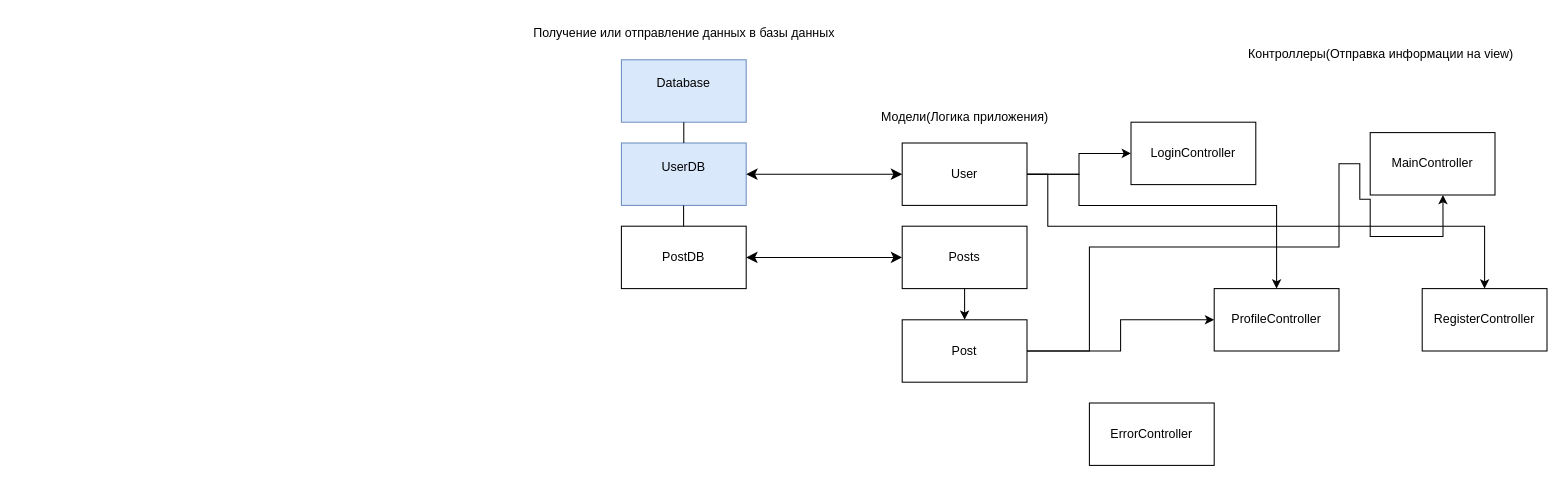
The draw.io diagram projectOverview.drawio in Dengeatz/Bird, before the edit. Source tidied: cells renumbered, new cells numbered last; positions are measured from the earlier drawing's top-left corner, leaving out a move shared by most shapes. Both pictures are drawn from the tidied source at 104%, with x=0, y=0 at pixel (522, 18).
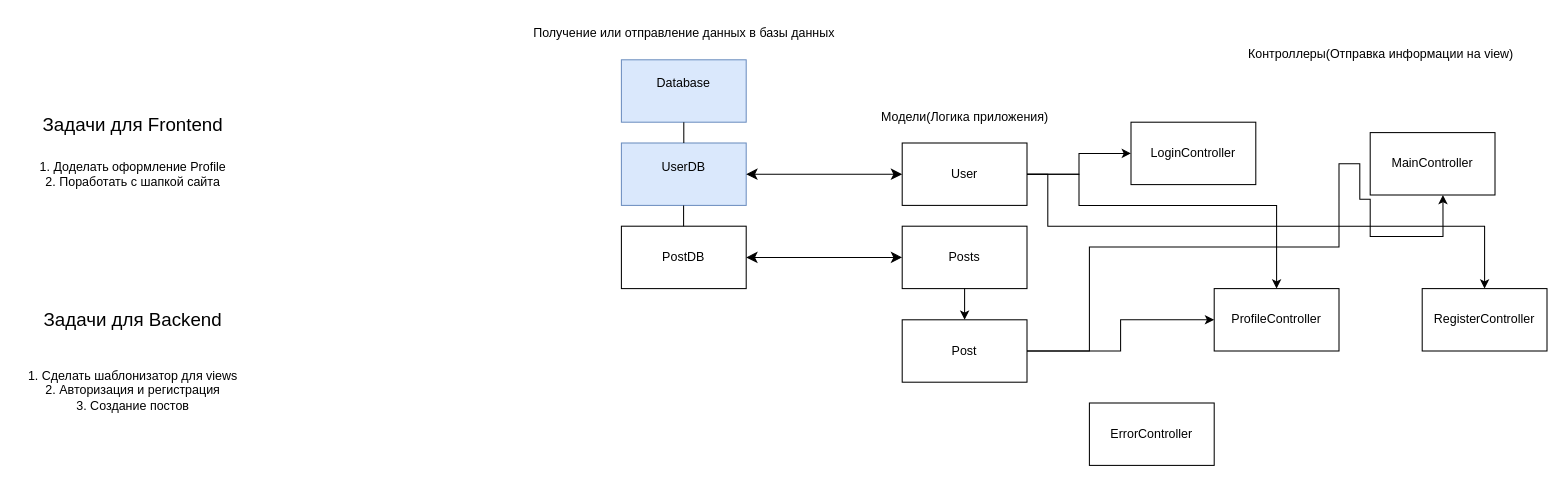
After the change.

The edit, as a diff of the source:
```diff
@@
+    <mxCell id="26" value="&lt;font style=&quot;font-size: 18px;&quot;&gt;Задачи для Frontend&lt;/font&gt;" style="text;html=1;align=center;verticalAlign=middle;strokeColor=none;fillColor=none;" parent="1" vertex="1">
+      <mxGeometry x="-475" y="83" width="200" height="40" as="geometry" />
+    </mxCell>
+    <mxCell id="27" value="1. Доделать оформление Profile&lt;div&gt;2. Поработать с шапкой сайта&lt;/div&gt;" style="text;html=1;align=center;verticalAlign=middle;strokeColor=none;fillColor=none;" parent="1" vertex="1">
+      <mxGeometry x="-475" y="130" width="200" height="40" as="geometry" />
+    </mxCell>
+    <mxCell id="28" value="&lt;font style=&quot;font-size: 18px;&quot;&gt;Задачи для Backend&lt;/font&gt;" style="text;html=1;align=center;verticalAlign=middle;strokeColor=none;fillColor=none;" parent="1" vertex="1">
+      <mxGeometry x="-470" y="270" width="190" height="40" as="geometry" />
+    </mxCell>
+    <mxCell id="29" value="1. Сделать шаблонизатор для views&lt;div&gt;2. Авторизация и регистрация&lt;/div&gt;&lt;div&gt;3. Создание постов&lt;/div&gt;&lt;div&gt;&lt;br&gt;&lt;/div&gt;" style="text;html=1;align=center;verticalAlign=middle;strokeColor=none;fillColor=none;" parent="1" vertex="1">
+      <mxGeometry x="-485" y="330" width="220" height="70" as="geometry" />
+    </mxCell>
```
